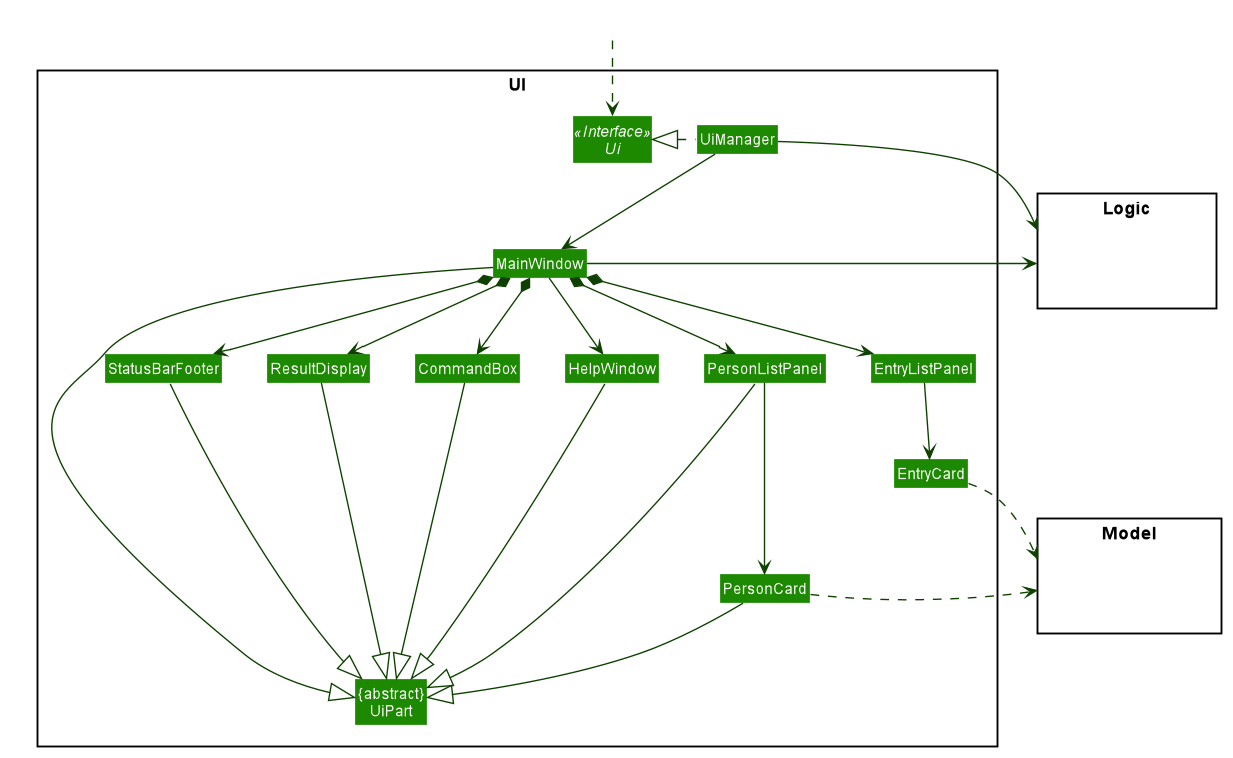
Earlier version of the PlantUML export docs/images/UiClassDiagram.png (zhXchD/tp).
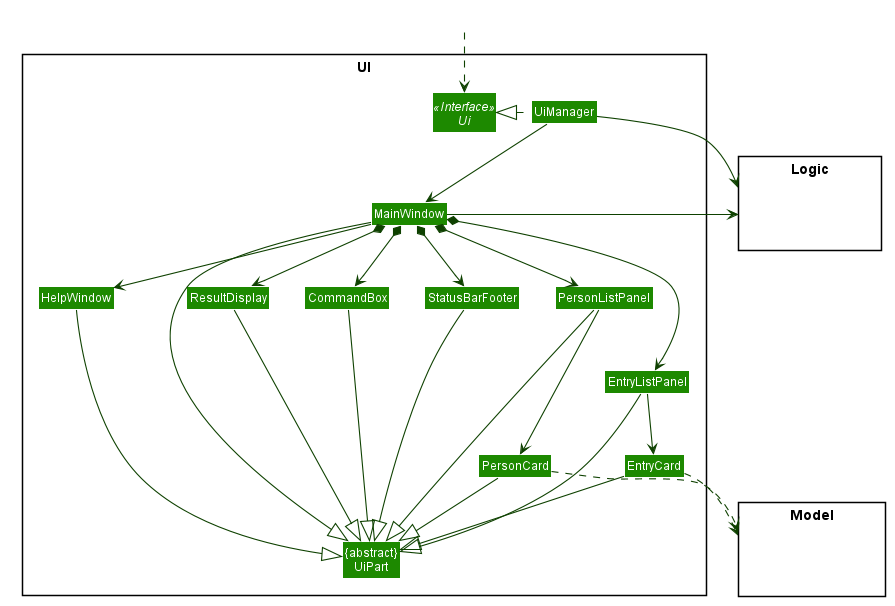
The same file after the commit.

The edit, as a diff of the source:
```diff
@@ -96,7 +96,9 @@
 PersonListPanel --|> UiPart
 PersonCard --|> UiPart
 StatusBarFooter --|> UiPart
-HelpWindow -down-|> UiPart
+HelpWindow --|> UiPart
+EntryListPanel --|> UiPart
+EntryCard --|> UiPart
 
 PersonCard .right.> Model
 EntryCard ..> Model
```
